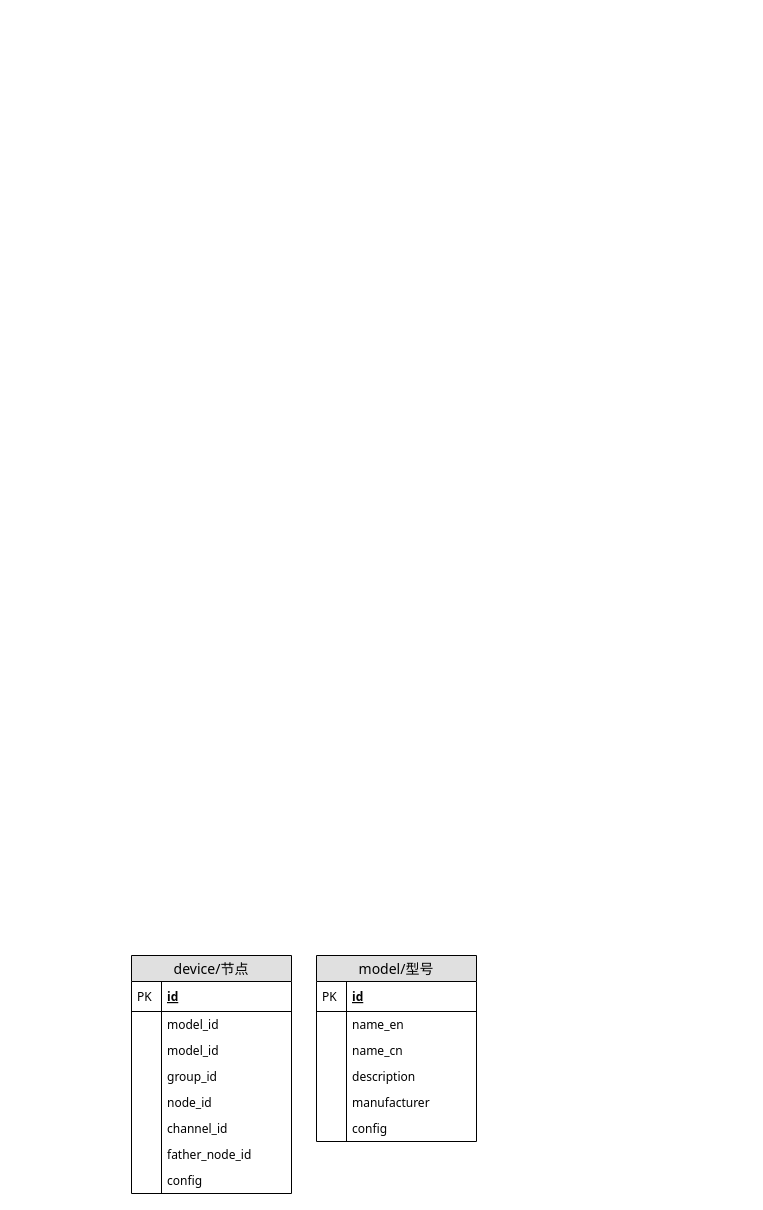
Before: Untitled Diagram.drawio in quarkbyte/2048, a draw.io diagram. Source tidied: cells renumbered, new cells numbered last; positions are measured from the earlier drawing's top-left corner, leaving out a move shared by most shapes. Both pictures are drawn from the tidied source at 100%, with x=0, y=0 at pixel (131, 955).
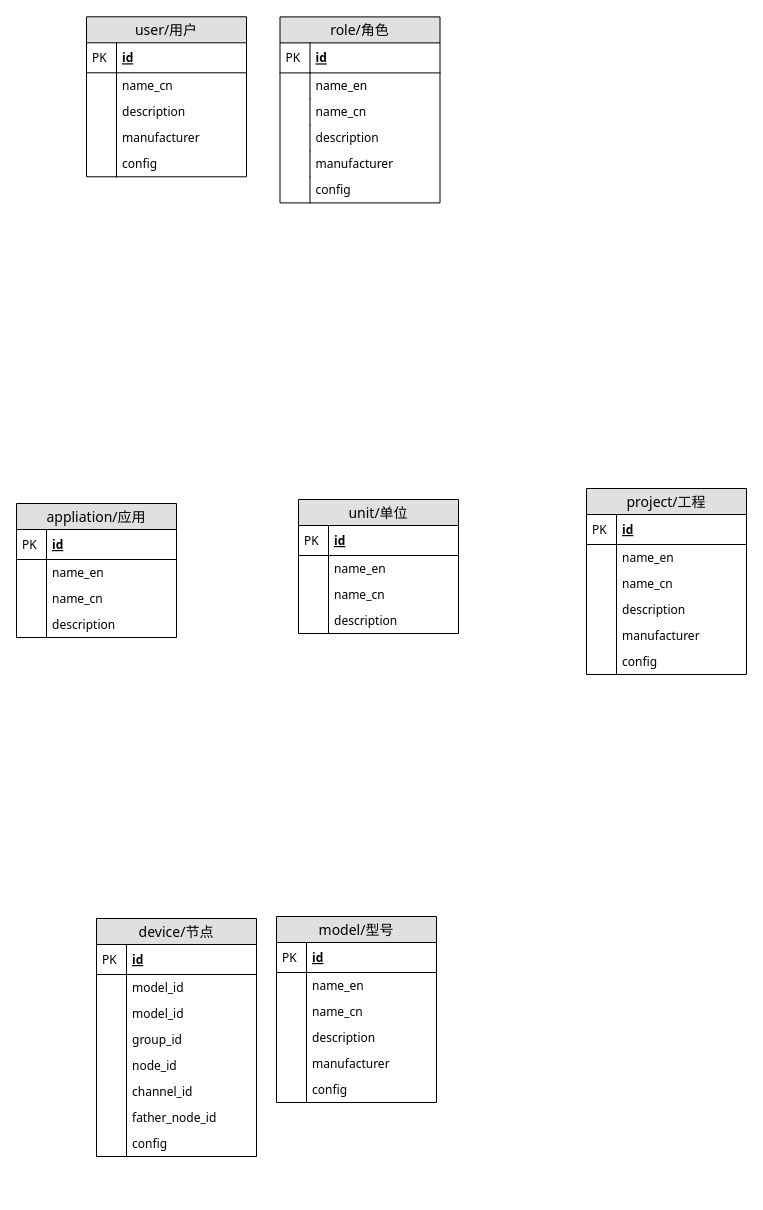
The same page after the edit.

Change to the diagram source:
```diff
@@
     <mxCell id="2" value="device/节点" style="swimlane;fontStyle=0;horizontal=1;startSize=26;fillColor=#e0e0e0;swimlaneFillColor=#ffffff;align=center;fontSize=14;fontFamily=Tahoma;" parent="1" vertex="1">
-      <mxGeometry width="160" height="238" as="geometry" />
+      <mxGeometry x="-35" y="-37" width="160" height="238" as="geometry" />
     </mxCell>
@@
     <mxCell id="19" value="model/型号" style="swimlane;fontStyle=0;horizontal=1;startSize=26;fillColor=#e0e0e0;swimlaneFillColor=#ffffff;align=center;fontSize=14;fontFamily=Tahoma;" parent="1" vertex="1">
-      <mxGeometry x="185" width="160" height="186" as="geometry" />
+      <mxGeometry x="145" y="-39" width="160" height="186" as="geometry" />
     </mxCell>
@@
+    <mxCell id="32" value="appliation/应用" style="swimlane;fontStyle=0;horizontal=1;startSize=26;fillColor=#e0e0e0;swimlaneFillColor=#ffffff;align=center;fontSize=14;fontFamily=Tahoma;" parent="1" vertex="1">
+      <mxGeometry x="-115" y="-452" width="160" height="134" as="geometry" />
+    </mxCell>
+    <mxCell id="33" value="id" style="shape=partialRectangle;top=0;left=0;right=0;bottom=1;align=left;verticalAlign=middle;fillColor=none;spacingLeft=34;spacingRight=4;overflow=hidden;fontStyle=5;fontSize=12;fontFamily=Tahoma;" parent="32" vertex="1">
+      <mxGeometry y="26" width="160" height="30" as="geometry" />
+    </mxCell>
+    <mxCell id="34" value="PK" style="shape=partialRectangle;top=0;left=0;bottom=0;fillColor=none;align=left;verticalAlign=middle;spacingLeft=4;spacingRight=4;overflow=hidden;fontSize=12;fontFamily=Tahoma;" parent="33" vertex="1">
+      <mxGeometry width="30" height="30" as="geometry" />
+    </mxCell>
+    <mxCell id="35" value="name_en" style="shape=partialRectangle;top=0;left=0;right=0;bottom=0;align=left;verticalAlign=top;fillColor=none;spacingLeft=34;spacingRight=4;overflow=hidden;fontSize=12;fontFamily=Tahoma;" parent="32" vertex="1">
+      <mxGeometry y="56" width="160" height="26" as="geometry" />
+    </mxCell>
+    <mxCell id="36" style="shape=partialRectangle;top=0;left=0;bottom=0;fillColor=none;align=left;verticalAlign=top;spacingLeft=4;spacingRight=4;overflow=hidden;fontSize=12;fontFamily=Tahoma;" parent="35" vertex="1">
+      <mxGeometry width="30" height="26" as="geometry" />
+    </mxCell>
+    <mxCell id="37" value="name_cn" style="shape=partialRectangle;top=0;left=0;right=0;bottom=0;align=left;verticalAlign=top;fillColor=none;spacingLeft=34;spacingRight=4;overflow=hidden;fontSize=12;fontFamily=Tahoma;" parent="32" vertex="1">
+      <mxGeometry y="82" width="160" height="26" as="geometry" />
+    </mxCell>
+    <mxCell id="38" style="shape=partialRectangle;top=0;left=0;bottom=0;fillColor=none;align=left;verticalAlign=top;spacingLeft=4;spacingRight=4;overflow=hidden;fontSize=12;fontFamily=Tahoma;" parent="37" vertex="1">
+      <mxGeometry width="30" height="26" as="geometry" />
+    </mxCell>
+    <mxCell id="39" value="description" style="shape=partialRectangle;top=0;left=0;right=0;bottom=0;align=left;verticalAlign=top;fillColor=none;spacingLeft=34;spacingRight=4;overflow=hidden;fontSize=12;fontFamily=Tahoma;" parent="32" vertex="1">
+      <mxGeometry y="108" width="160" height="26" as="geometry" />
+    </mxCell>
+    <mxCell id="40" style="shape=partialRectangle;top=0;left=0;bottom=0;fillColor=none;align=left;verticalAlign=top;spacingLeft=4;spacingRight=4;overflow=hidden;fontSize=12;fontFamily=Tahoma;" parent="39" vertex="1">
+      <mxGeometry width="30" height="26" as="geometry" />
+    </mxCell>
+    <mxCell id="41" value="unit/单位" style="swimlane;fontStyle=0;horizontal=1;startSize=26;fillColor=#e0e0e0;swimlaneFillColor=#ffffff;align=center;fontSize=14;fontFamily=Tahoma;" parent="1" vertex="1">
+      <mxGeometry x="167" y="-456" width="160" height="134" as="geometry" />
+    </mxCell>
+    <mxCell id="42" value="id" style="shape=partialRectangle;top=0;left=0;right=0;bottom=1;align=left;verticalAlign=middle;fillColor=none;spacingLeft=34;spacingRight=4;overflow=hidden;fontStyle=5;fontSize=12;fontFamily=Tahoma;" parent="41" vertex="1">
+      <mxGeometry y="26" width="160" height="30" as="geometry" />
+    </mxCell>
+    <mxCell id="43" value="PK" style="shape=partialRectangle;top=0;left=0;bottom=0;fillColor=none;align=left;verticalAlign=middle;spacingLeft=4;spacingRight=4;overflow=hidden;fontSize=12;fontFamily=Tahoma;" parent="42" vertex="1">
+      <mxGeometry width="30" height="30" as="geometry" />
+    </mxCell>
+    <mxCell id="44" value="name_en" style="shape=partialRectangle;top=0;left=0;right=0;bottom=0;align=left;verticalAlign=top;fillColor=none;spacingLeft=34;spacingRight=4;overflow=hidden;fontSize=12;fontFamily=Tahoma;" parent="41" vertex="1">
+      <mxGeometry y="56" width="160" height="26" as="geometry" />
+    </mxCell>
+    <mxCell id="45" style="shape=partialRectangle;top=0;left=0;bottom=0;fillColor=none;align=left;verticalAlign=top;spacingLeft=4;spacingRight=4;overflow=hidden;fontSize=12;fontFamily=Tahoma;" parent="44" vertex="1">
+      <mxGeometry width="30" height="26" as="geometry" />
+    </mxCell>
+    <mxCell id="46" value="name_cn" style="shape=partialRectangle;top=0;left=0;right=0;bottom=0;align=left;verticalAlign=top;fillColor=none;spacingLeft=34;spacingRight=4;overflow=hidden;fontSize=12;fontFamily=Tahoma;" parent="41" vertex="1">
+      <mxGeometry y="82" width="160" height="26" as="geometry" />
+    </mxCell>
+    <mxCell id="47" style="shape=partialRectangle;top=0;left=0;bottom=0;fillColor=none;align=left;verticalAlign=top;spacingLeft=4;spacingRight=4;overflow=hidden;fontSize=12;fontFamily=Tahoma;" parent="46" vertex="1">
+      <mxGeometry width="30" height="26" as="geometry" />
+    </mxCell>
+    <mxCell id="48" value="description" style="shape=partialRectangle;top=0;left=0;right=0;bottom=0;align=left;verticalAlign=top;fillColor=none;spacingLeft=34;spacingRight=4;overflow=hidden;fontSize=12;fontFamily=Tahoma;" parent="41" vertex="1">
+      <mxGeometry y="108" width="160" height="26" as="geometry" />
+    </mxCell>
+    <mxCell id="49" style="shape=partialRectangle;top=0;left=0;bottom=0;fillColor=none;align=left;verticalAlign=top;spacingLeft=4;spacingRight=4;overflow=hidden;fontSize=12;fontFamily=Tahoma;" parent="48" vertex="1">
+      <mxGeometry width="30" height="26" as="geometry" />
+    </mxCell>
+    <mxCell id="50" value="project/工程" style="swimlane;fontStyle=0;horizontal=1;startSize=26;fillColor=#e0e0e0;swimlaneFillColor=#ffffff;align=center;fontSize=14;fontFamily=Tahoma;" parent="1" vertex="1">
+      <mxGeometry x="455" y="-467" width="160" height="186" as="geometry" />
+    </mxCell>
+    <mxCell id="51" value="id" style="shape=partialRectangle;top=0;left=0;right=0;bottom=1;align=left;verticalAlign=middle;fillColor=none;spacingLeft=34;spacingRight=4;overflow=hidden;fontStyle=5;fontSize=12;fontFamily=Tahoma;" parent="50" vertex="1">
+      <mxGeometry y="26" width="160" height="30" as="geometry" />
+    </mxCell>
+    <mxCell id="52" value="PK" style="shape=partialRectangle;top=0;left=0;bottom=0;fillColor=none;align=left;verticalAlign=middle;spacingLeft=4;spacingRight=4;overflow=hidden;fontSize=12;fontFamily=Tahoma;" parent="51" vertex="1">
+      <mxGeometry width="30" height="30" as="geometry" />
+    </mxCell>
+    <mxCell id="53" value="name_en" style="shape=partialRectangle;top=0;left=0;right=0;bottom=0;align=left;verticalAlign=top;fillColor=none;spacingLeft=34;spacingRight=4;overflow=hidden;fontSize=12;fontFamily=Tahoma;" parent="50" vertex="1">
+      <mxGeometry y="56" width="160" height="26" as="geometry" />
+    </mxCell>
+    <mxCell id="54" style="shape=partialRectangle;top=0;left=0;bottom=0;fillColor=none;align=left;verticalAlign=top;spacingLeft=4;spacingRight=4;overflow=hidden;fontSize=12;fontFamily=Tahoma;" parent="53" vertex="1">
+      <mxGeometry width="30" height="26" as="geometry" />
+    </mxCell>
+    <mxCell id="55" value="name_cn" style="shape=partialRectangle;top=0;left=0;right=0;bottom=0;align=left;verticalAlign=top;fillColor=none;spacingLeft=34;spacingRight=4;overflow=hidden;fontSize=12;fontFamily=Tahoma;" parent="50" vertex="1">
+      <mxGeometry y="82" width="160" height="26" as="geometry" />
+    </mxCell>
+    <mxCell id="56" style="shape=partialRectangle;top=0;left=0;bottom=0;fillColor=none;align=left;verticalAlign=top;spacingLeft=4;spacingRight=4;overflow=hidden;fontSize=12;fontFamily=Tahoma;" parent="55" vertex="1">
+      <mxGeometry width="30" height="26" as="geometry" />
+    </mxCell>
+    <mxCell id="57" value="description" style="shape=partialRectangle;top=0;left=0;right=0;bottom=0;align=left;verticalAlign=top;fillColor=none;spacingLeft=34;spacingRight=4;overflow=hidden;fontSize=12;fontFamily=Tahoma;" parent="50" vertex="1">
+      <mxGeometry y="108" width="160" height="26" as="geometry" />
+    </mxCell>
+    <mxCell id="58" style="shape=partialRectangle;top=0;left=0;bottom=0;fillColor=none;align=left;verticalAlign=top;spacingLeft=4;spacingRight=4;overflow=hidden;fontSize=12;fontFamily=Tahoma;" parent="57" vertex="1">
+      <mxGeometry width="30" height="26" as="geometry" />
+    </mxCell>
+    <mxCell id="59" value="manufacturer" style="shape=partialRectangle;top=0;left=0;right=0;bottom=0;align=left;verticalAlign=top;fillColor=none;spacingLeft=34;spacingRight=4;overflow=hidden;fontSize=12;fontFamily=Tahoma;" parent="50" vertex="1">
+      <mxGeometry y="134" width="160" height="26" as="geometry" />
+    </mxCell>
+    <mxCell id="60" style="shape=partialRectangle;top=0;left=0;bottom=0;fillColor=none;align=left;verticalAlign=top;spacingLeft=4;spacingRight=4;overflow=hidden;fontSize=12;fontFamily=Tahoma;" parent="59" vertex="1">
+      <mxGeometry width="30" height="26" as="geometry" />
+    </mxCell>
+    <mxCell id="61" value="config" style="shape=partialRectangle;top=0;left=0;right=0;bottom=0;align=left;verticalAlign=top;fillColor=none;spacingLeft=34;spacingRight=4;overflow=hidden;fontSize=12;fontFamily=Tahoma;" parent="50" vertex="1">
+      <mxGeometry y="160" width="160" height="26" as="geometry" />
+    </mxCell>
+    <mxCell id="62" style="shape=partialRectangle;top=0;left=0;bottom=0;fillColor=none;align=left;verticalAlign=top;spacingLeft=4;spacingRight=4;overflow=hidden;fontSize=12;fontFamily=Tahoma;" parent="61" vertex="1">
+      <mxGeometry width="30" height="26" as="geometry" />
+    </mxCell>
+    <mxCell id="63" value="user/用户" style="swimlane;fontStyle=0;horizontal=1;startSize=26;fillColor=#e0e0e0;swimlaneFillColor=#ffffff;align=center;fontSize=14;fontFamily=Tahoma;" parent="1" vertex="1">
+      <mxGeometry x="-45" y="-938.7" width="160" height="160" as="geometry" />
+    </mxCell>
+    <mxCell id="64" value="id" style="shape=partialRectangle;top=0;left=0;right=0;bottom=1;align=left;verticalAlign=middle;fillColor=none;spacingLeft=34;spacingRight=4;overflow=hidden;fontStyle=5;fontSize=12;fontFamily=Tahoma;" parent="63" vertex="1">
+      <mxGeometry y="26" width="160" height="30" as="geometry" />
+    </mxCell>
+    <mxCell id="65" value="PK" style="shape=partialRectangle;top=0;left=0;bottom=0;fillColor=none;align=left;verticalAlign=middle;spacingLeft=4;spacingRight=4;overflow=hidden;fontSize=12;fontFamily=Tahoma;" parent="64" vertex="1">
+      <mxGeometry width="30" height="30" as="geometry" />
+    </mxCell>
+    <mxCell id="66" value="name_cn" style="shape=partialRectangle;top=0;left=0;right=0;bottom=0;align=left;verticalAlign=top;fillColor=none;spacingLeft=34;spacingRight=4;overflow=hidden;fontSize=12;fontFamily=Tahoma;" parent="63" vertex="1">
+      <mxGeometry y="56" width="160" height="26" as="geometry" />
+    </mxCell>
+    <mxCell id="67" style="shape=partialRectangle;top=0;left=0;bottom=0;fillColor=none;align=left;verticalAlign=top;spacingLeft=4;spacingRight=4;overflow=hidden;fontSize=12;fontFamily=Tahoma;" parent="66" vertex="1">
+      <mxGeometry width="30" height="26" as="geometry" />
+    </mxCell>
+    <mxCell id="68" value="description" style="shape=partialRectangle;top=0;left=0;right=0;bottom=0;align=left;verticalAlign=top;fillColor=none;spacingLeft=34;spacingRight=4;overflow=hidden;fontSize=12;fontFamily=Tahoma;" parent="63" vertex="1">
+      <mxGeometry y="82" width="160" height="26" as="geometry" />
+    </mxCell>
+    <mxCell id="69" style="shape=partialRectangle;top=0;left=0;bottom=0;fillColor=none;align=left;verticalAlign=top;spacingLeft=4;spacingRight=4;overflow=hidden;fontSize=12;fontFamily=Tahoma;" parent="68" vertex="1">
+      <mxGeometry width="30" height="26" as="geometry" />
+    </mxCell>
+    <mxCell id="70" value="manufacturer" style="shape=partialRectangle;top=0;left=0;right=0;bottom=0;align=left;verticalAlign=top;fillColor=none;spacingLeft=34;spacingRight=4;overflow=hidden;fontSize=12;fontFamily=Tahoma;" parent="63" vertex="1">
+      <mxGeometry y="108" width="160" height="26" as="geometry" />
+    </mxCell>
+    <mxCell id="71" style="shape=partialRectangle;top=0;left=0;bottom=0;fillColor=none;align=left;verticalAlign=top;spacingLeft=4;spacingRight=4;overflow=hidden;fontSize=12;fontFamily=Tahoma;" parent="70" vertex="1">
+      <mxGeometry width="30" height="26" as="geometry" />
+    </mxCell>
+    <mxCell id="72" value="config" style="shape=partialRectangle;top=0;left=0;right=0;bottom=0;align=left;verticalAlign=top;fillColor=none;spacingLeft=34;spacingRight=4;overflow=hidden;fontSize=12;fontFamily=Tahoma;" parent="63" vertex="1">
+      <mxGeometry y="134" width="160" height="26" as="geometry" />
+    </mxCell>
+    <mxCell id="73" style="shape=partialRectangle;top=0;left=0;bottom=0;fillColor=none;align=left;verticalAlign=top;spacingLeft=4;spacingRight=4;overflow=hidden;fontSize=12;fontFamily=Tahoma;" parent="72" vertex="1">
+      <mxGeometry width="30" height="26" as="geometry" />
+    </mxCell>
+    <mxCell id="74" value="role/角色" style="swimlane;fontStyle=0;horizontal=1;startSize=26;fillColor=#e0e0e0;swimlaneFillColor=#ffffff;align=center;fontSize=14;fontFamily=Tahoma;" parent="1" vertex="1">
+      <mxGeometry x="148.5" y="-938.6" width="160" height="186" as="geometry" />
+    </mxCell>
+    <mxCell id="75" value="id" style="shape=partialRectangle;top=0;left=0;right=0;bottom=1;align=left;verticalAlign=middle;fillColor=none;spacingLeft=34;spacingRight=4;overflow=hidden;fontStyle=5;fontSize=12;fontFamily=Tahoma;" parent="74" vertex="1">
+      <mxGeometry y="26" width="160" height="30" as="geometry" />
+    </mxCell>
+    <mxCell id="76" value="PK" style="shape=partialRectangle;top=0;left=0;bottom=0;fillColor=none;align=left;verticalAlign=middle;spacingLeft=4;spacingRight=4;overflow=hidden;fontSize=12;fontFamily=Tahoma;" parent="75" vertex="1">
+      <mxGeometry width="30" height="30" as="geometry" />
+    </mxCell>
+    <mxCell id="77" value="name_en" style="shape=partialRectangle;top=0;left=0;right=0;bottom=0;align=left;verticalAlign=top;fillColor=none;spacingLeft=34;spacingRight=4;overflow=hidden;fontSize=12;fontFamily=Tahoma;" parent="74" vertex="1">
+      <mxGeometry y="56" width="160" height="26" as="geometry" />
+    </mxCell>
+    <mxCell id="78" style="shape=partialRectangle;top=0;left=0;bottom=0;fillColor=none;align=left;verticalAlign=top;spacingLeft=4;spacingRight=4;overflow=hidden;fontSize=12;fontFamily=Tahoma;" parent="77" vertex="1">
+      <mxGeometry width="30" height="26" as="geometry" />
+    </mxCell>
+    <mxCell id="79" value="name_cn" style="shape=partialRectangle;top=0;left=0;right=0;bottom=0;align=left;verticalAlign=top;fillColor=none;spacingLeft=34;spacingRight=4;overflow=hidden;fontSize=12;fontFamily=Tahoma;" parent="74" vertex="1">
+      <mxGeometry y="82" width="160" height="26" as="geometry" />
+    </mxCell>
+    <mxCell id="80" style="shape=partialRectangle;top=0;left=0;bottom=0;fillColor=none;align=left;verticalAlign=top;spacingLeft=4;spacingRight=4;overflow=hidden;fontSize=12;fontFamily=Tahoma;" parent="79" vertex="1">
+      <mxGeometry width="30" height="26" as="geometry" />
+    </mxCell>
+    <mxCell id="81" value="description" style="shape=partialRectangle;top=0;left=0;right=0;bottom=0;align=left;verticalAlign=top;fillColor=none;spacingLeft=34;spacingRight=4;overflow=hidden;fontSize=12;fontFamily=Tahoma;" parent="74" vertex="1">
+      <mxGeometry y="108" width="160" height="26" as="geometry" />
+    </mxCell>
+    <mxCell id="82" style="shape=partialRectangle;top=0;left=0;bottom=0;fillColor=none;align=left;verticalAlign=top;spacingLeft=4;spacingRight=4;overflow=hidden;fontSize=12;fontFamily=Tahoma;" parent="81" vertex="1">
+      <mxGeometry width="30" height="26" as="geometry" />
+    </mxCell>
+    <mxCell id="83" value="manufacturer" style="shape=partialRectangle;top=0;left=0;right=0;bottom=0;align=left;verticalAlign=top;fillColor=none;spacingLeft=34;spacingRight=4;overflow=hidden;fontSize=12;fontFamily=Tahoma;" parent="74" vertex="1">
+      <mxGeometry y="134" width="160" height="26" as="geometry" />
+    </mxCell>
+    <mxCell id="84" style="shape=partialRectangle;top=0;left=0;bottom=0;fillColor=none;align=left;verticalAlign=top;spacingLeft=4;spacingRight=4;overflow=hidden;fontSize=12;fontFamily=Tahoma;" parent="83" vertex="1">
+      <mxGeometry width="30" height="26" as="geometry" />
+    </mxCell>
+    <mxCell id="85" value="config" style="shape=partialRectangle;top=0;left=0;right=0;bottom=0;align=left;verticalAlign=top;fillColor=none;spacingLeft=34;spacingRight=4;overflow=hidden;fontSize=12;fontFamily=Tahoma;" parent="74" vertex="1">
+      <mxGeometry y="160" width="160" height="26" as="geometry" />
+    </mxCell>
+    <mxCell id="86" style="shape=partialRectangle;top=0;left=0;bottom=0;fillColor=none;align=left;verticalAlign=top;spacingLeft=4;spacingRight=4;overflow=hidden;fontSize=12;fontFamily=Tahoma;" parent="85" vertex="1">
+      <mxGeometry width="30" height="26" as="geometry" />
+    </mxCell>
```
